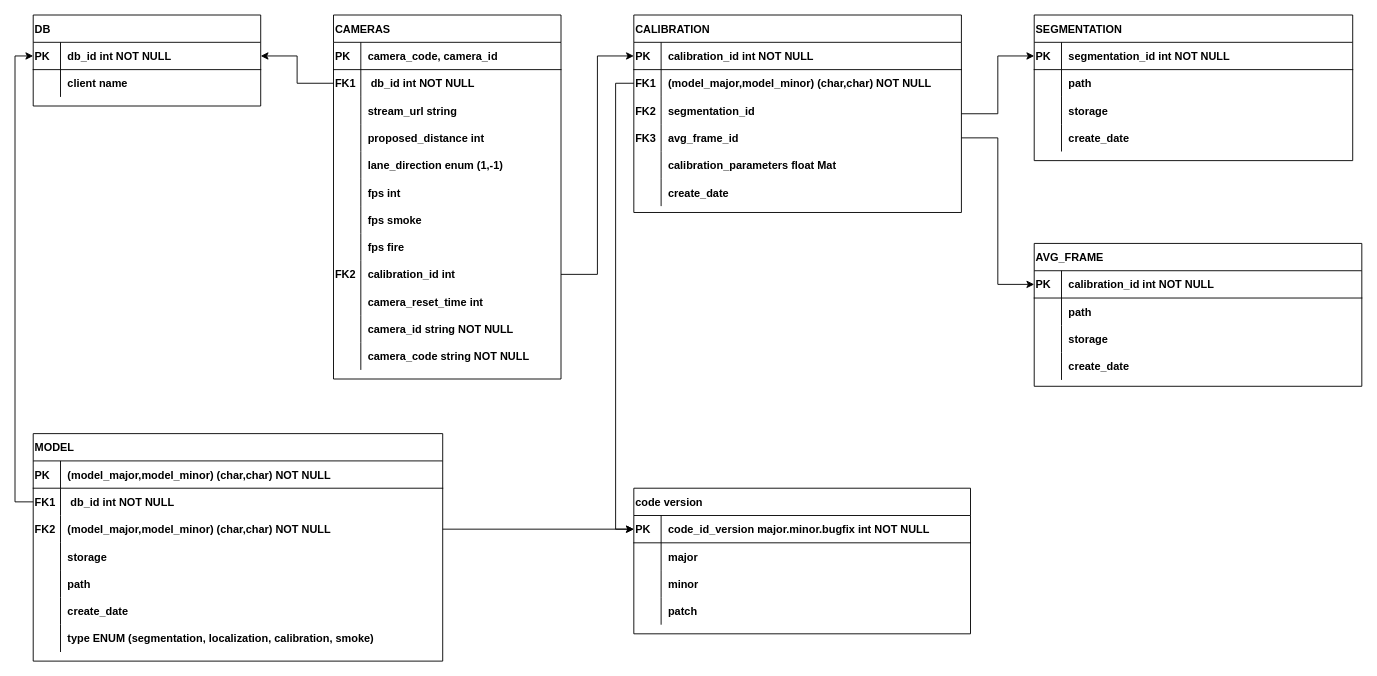
Before: DIRIF_ENTITY_RELATIONSHIP.drawio in Mona-Cyclope/DrawIOGraphs, a draw.io diagram. Source tidied: cells renumbered, new cells numbered last; positions are measured from the earlier drawing's top-left corner, leaving out a move shared by most shapes. Both pictures are drawn from the tidied source at 91%, with x=0, y=0 at pixel (33, 15).
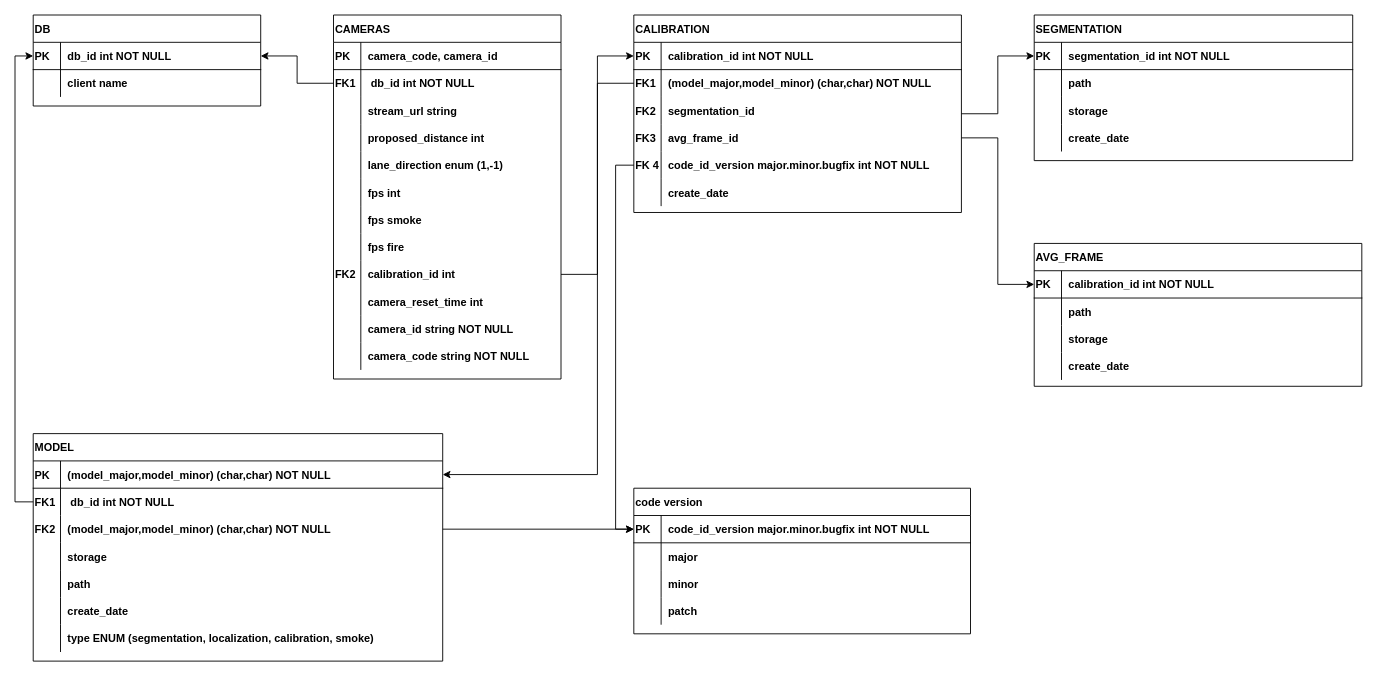
After the change.

Commit message (it also covers changes not shown here):
Mettre à jour DIRIF_ENTITY_RELATIONSHIP.drawio

The change refers to these unchanged cells:
```xml
<mxCell id="61" style="shape=partialRectangle;points=[[0,0.5],[1,0.5]];portConstraint=eastwest;top=0;left=0;right=0;bottom=1;strokeWidth=1;strokeColor=default;fillColor=none;startSize=30;fontStyle=1;align=left;" parent="60" vertex="1">
  <mxGeometry y="30" width="450" height="30" as="geometry" />
</mxCell>
<mxCell id="83" style="shape=partialRectangle;points=[[0,0.5],[1,0.5]];portConstraint=eastwest;top=0;left=0;right=0;bottom=1;strokeWidth=1;strokeColor=default;fillColor=none;startSize=30;fontStyle=1;align=left;" parent="82" vertex="1">
  <mxGeometry y="30" width="370" height="30" as="geometry" />
</mxCell>
<mxCell id="101" style="shape=partialRectangle;points=[[0,0.5],[1,0.5]];portConstraint=eastwest;top=0;left=0;right=0;bottom=0;strokeWidth=1;strokeColor=default;fillColor=none;startSize=30;fontStyle=1;align=left;" parent="97" vertex="1">
  <mxGeometry y="60" width="360" height="30" as="geometry" />
</mxCell>
<mxCell id="110" style="shape=partialRectangle;points=[[0,0.5],[1,0.5]];portConstraint=eastwest;top=0;left=0;right=0;bottom=0;strokeWidth=1;strokeColor=default;fillColor=none;startSize=30;fontStyle=1;align=left;" parent="97" vertex="1">
  <mxGeometry y="150" width="360" height="30" as="geometry" />
</mxCell>
```

Diff of the diagram source:
```diff
@@
-    <mxCell id="111" style="shape=partialRectangle;overflow=hidden;top=0;left=0;bottom=0;right=0;strokeWidth=1;strokeColor=default;fillColor=none;startSize=30;fontStyle=1;align=left;" parent="110" vertex="1">
+    <mxCell id="111" value="FK 4" style="shape=partialRectangle;overflow=hidden;top=0;left=0;bottom=0;right=0;strokeWidth=1;strokeColor=default;fillColor=none;startSize=30;fontStyle=1;align=left;" parent="110" vertex="1">
       <mxGeometry width="30" height="30" as="geometry" />
     </mxCell>
-    <mxCell id="112" value="calibration_parameters float Mat" style="shape=partialRectangle;overflow=hidden;top=0;left=0;bottom=0;right=0;align=left;spacingLeft=6;strokeWidth=1;strokeColor=default;fillColor=none;startSize=30;fontStyle=1;" parent="110" vertex="1">
+    <mxCell id="112" value="code_id_version major.minor.bugfix int NOT NULL" style="shape=partialRectangle;overflow=hidden;top=0;left=0;bottom=0;right=0;align=left;spacingLeft=6;strokeWidth=1;strokeColor=default;fillColor=none;startSize=30;fontStyle=1;" parent="110" vertex="1">
       <mxGeometry x="30" width="330" height="30" as="geometry" />
     </mxCell>
@@
-    <mxCell id="131" style="edgeStyle=orthogonalEdgeStyle;rounded=0;jettySize=auto;html=1;exitX=0;exitY=0.5;exitDx=0;exitDy=0;entryX=0;entryY=0.5;entryDx=0;entryDy=0;strokeWidth=1;" parent="1" edge="1" source="101" target="83">
-      <mxGeometry relative="1" as="geometry" />
-    </mxCell>
@@
+    <mxCell id="133" style="edgeStyle=orthogonalEdgeStyle;rounded=0;jettySize=auto;html=1;exitX=0;exitY=0.5;exitDx=0;exitDy=0;entryX=1;entryY=0.5;entryDx=0;entryDy=0;strokeWidth=1;" parent="1" edge="1" source="101" target="61">
+      <mxGeometry relative="1" as="geometry">
+        <Array as="points">
+          <mxPoint x="620" y="75" />
+          <mxPoint x="620" y="505" />
+        </Array>
+      </mxGeometry>
+    </mxCell>
+    <mxCell id="134" style="edgeStyle=orthogonalEdgeStyle;rounded=0;jettySize=auto;html=1;exitX=0;exitY=0.5;exitDx=0;exitDy=0;entryX=0;entryY=0.5;entryDx=0;entryDy=0;strokeWidth=1;" parent="1" edge="1" source="110" target="83">
+      <mxGeometry relative="1" as="geometry" />
+    </mxCell>
```
